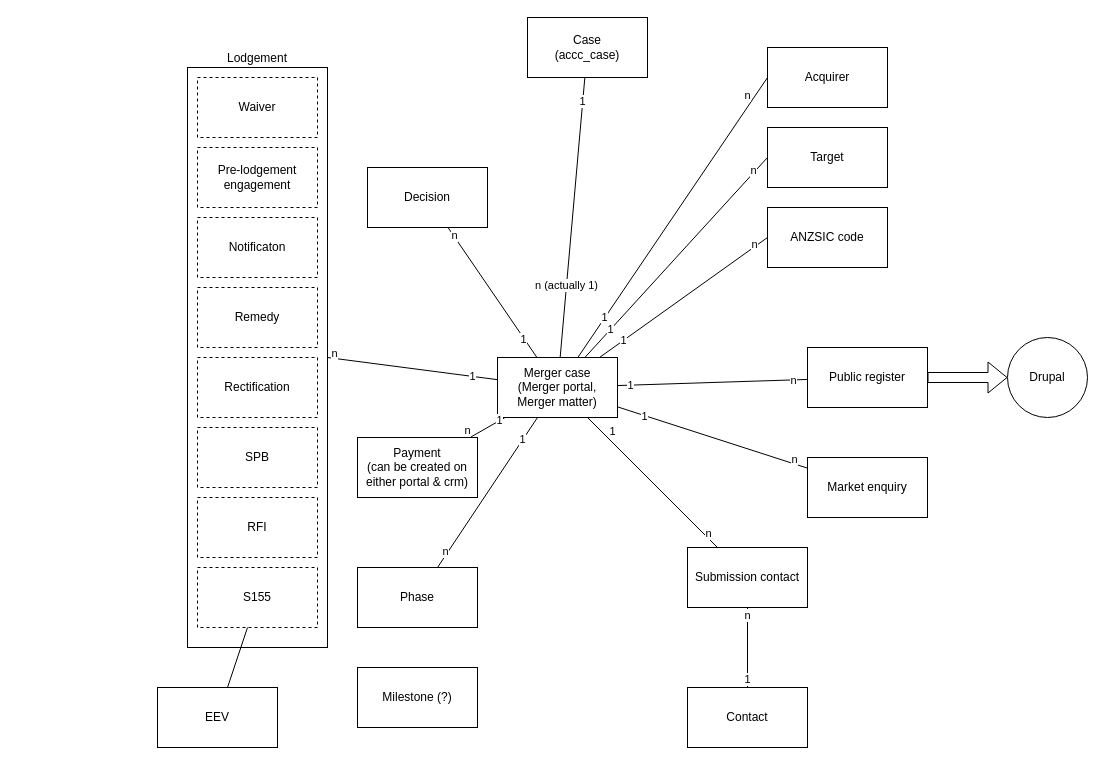
This is page "Entities" (9 of 9) of Merger.drawio from danieldotskc/helloworld, a draw.io file, before an edit. Source tidied: cells renumbered, new cells numbered last; positions are measured from the earlier drawing's top-left corner, leaving out a move shared by most shapes. Both pictures are drawn from the tidied source at 100%, with x=0, y=0 at pixel (157, 17).
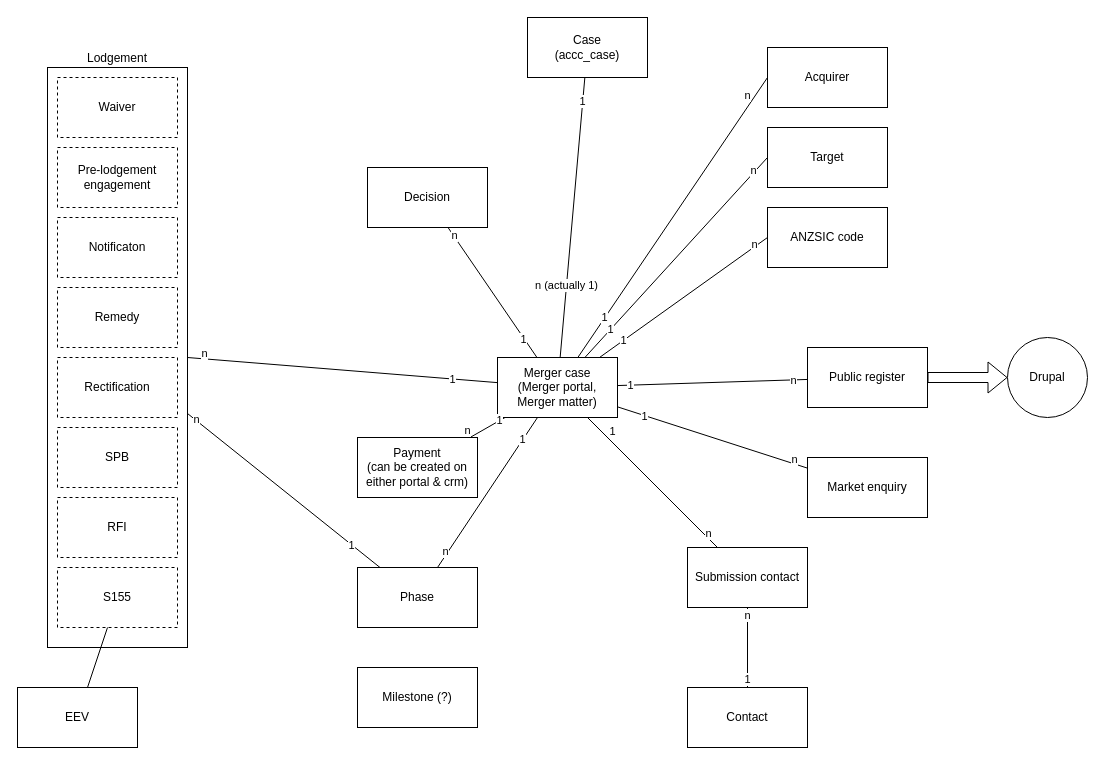
The same page after the edit.

The change refers to these unchanged cells:
```xml
<mxCell id="12" value="Phase" style="rounded=0;whiteSpace=wrap;html=1;" parent="1" vertex="1">
  <mxGeometry x="200" y="550" width="120" height="60" as="geometry" />
</mxCell>
```

The edit, as a diff of the source:
```diff
@@
     <mxCell id="2" value="Lodgement" style="rounded=0;whiteSpace=wrap;html=1;labelPosition=center;verticalLabelPosition=top;align=center;verticalAlign=bottom;" parent="1" vertex="1">
-      <mxGeometry x="30" y="50" width="140" height="580" as="geometry" />
+      <mxGeometry x="-110" y="50" width="140" height="580" as="geometry" />
     </mxCell>
@@
     <mxCell id="28" value="S155" style="rounded=0;whiteSpace=wrap;html=1;dashed=1;" parent="1" vertex="1">
-      <mxGeometry x="40" y="550" width="120" height="60" as="geometry" />
+      <mxGeometry x="-100" y="550" width="120" height="60" as="geometry" />
     </mxCell>
@@
     <mxCell id="33" value="Waiver" style="rounded=0;whiteSpace=wrap;html=1;dashed=1;" parent="1" vertex="1">
-      <mxGeometry x="40" y="60" width="120" height="60" as="geometry" />
+      <mxGeometry x="-100" y="60" width="120" height="60" as="geometry" />
     </mxCell>
     <mxCell id="34" value="Pre-lodgement engagement" style="rounded=0;whiteSpace=wrap;html=1;dashed=1;" parent="1" vertex="1">
-      <mxGeometry x="40" y="130" width="120" height="60" as="geometry" />
+      <mxGeometry x="-100" y="130" width="120" height="60" as="geometry" />
     </mxCell>
     <mxCell id="35" value="Notificaton" style="rounded=0;whiteSpace=wrap;html=1;dashed=1;" parent="1" vertex="1">
-      <mxGeometry x="40" y="200" width="120" height="60" as="geometry" />
+      <mxGeometry x="-100" y="200" width="120" height="60" as="geometry" />
     </mxCell>
@@
     <mxCell id="57" value="Remedy" style="rounded=0;whiteSpace=wrap;html=1;dashed=1;" parent="1" vertex="1">
-      <mxGeometry x="40" y="270" width="120" height="60" as="geometry" />
+      <mxGeometry x="-100" y="270" width="120" height="60" as="geometry" />
     </mxCell>
     <mxCell id="58" value="Rectification" style="rounded=0;whiteSpace=wrap;html=1;dashed=1;" parent="1" vertex="1">
-      <mxGeometry x="40" y="340" width="120" height="60" as="geometry" />
+      <mxGeometry x="-100" y="340" width="120" height="60" as="geometry" />
     </mxCell>
     <mxCell id="59" value="RFI" style="rounded=0;whiteSpace=wrap;html=1;dashed=1;" parent="1" vertex="1">
-      <mxGeometry x="40" y="480" width="120" height="60" as="geometry" />
+      <mxGeometry x="-100" y="480" width="120" height="60" as="geometry" />
     </mxCell>
     <mxCell id="60" value="SPB" style="rounded=0;whiteSpace=wrap;html=1;dashed=1;" parent="1" vertex="1">
-      <mxGeometry x="40" y="410" width="120" height="60" as="geometry" />
+      <mxGeometry x="-100" y="410" width="120" height="60" as="geometry" />
     </mxCell>
     <mxCell id="61" value="EEV" style="rounded=0;whiteSpace=wrap;html=1;" parent="1" vertex="1">
-      <mxGeometry y="670" width="120" height="60" as="geometry" />
+      <mxGeometry x="-140" y="670" width="120" height="60" as="geometry" />
     </mxCell>
@@
+    <mxCell id="64" style="endArrow=none;html=1;rounded=0;" parent="1" edge="1" source="12" target="2">
+      <mxGeometry relative="1" as="geometry" />
+    </mxCell>
+    <mxCell id="65" value="1" style="edgeLabel;html=1;align=center;verticalAlign=middle;" parent="64" vertex="1">
+      <mxGeometry x="-0.71" relative="1" as="geometry">
+        <mxPoint x="-1" as="offset" />
+      </mxGeometry>
+    </mxCell>
+    <mxCell id="66" value="n" style="edgeLabel;html=1;align=center;verticalAlign=middle;" parent="64" vertex="1">
+      <mxGeometry x="0.85" relative="1" as="geometry">
+        <mxPoint x="-6" y="-6" as="offset" />
+      </mxGeometry>
+    </mxCell>
```
